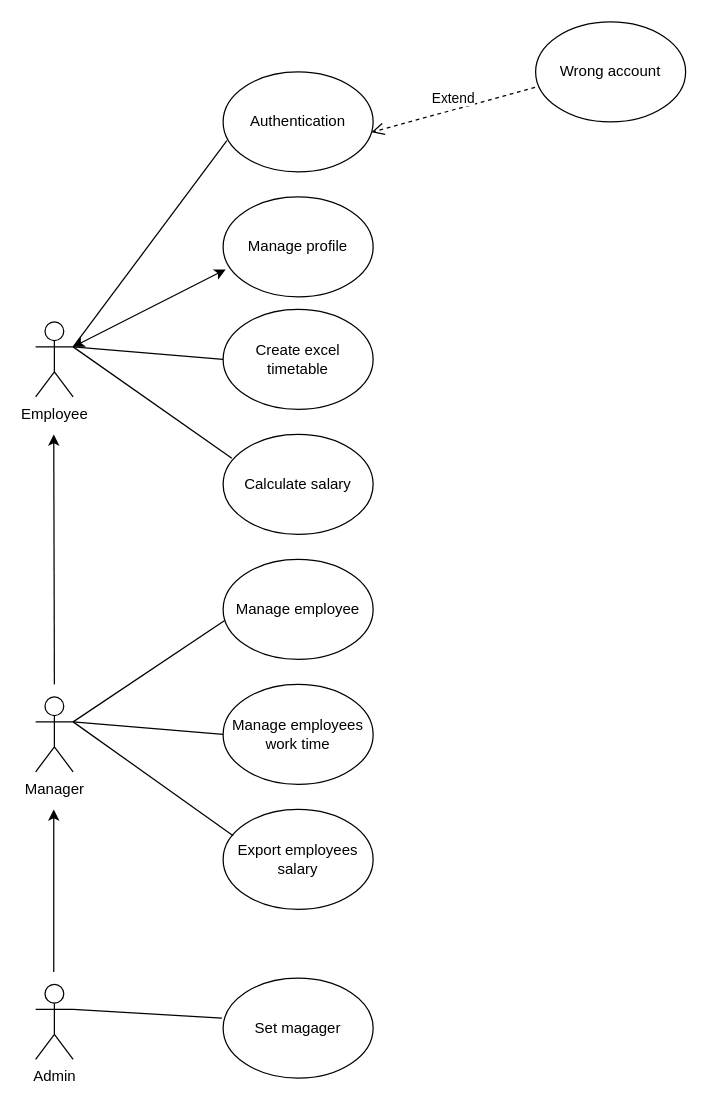
Before: Diagram/Use Case Diagram.drawio in hakunhan/employee_management, a draw.io diagram. Source tidied: cells renumbered, new cells numbered last; positions are measured from the earlier drawing's top-left corner, leaving out a move shared by most shapes. Both pictures are drawn from the tidied source at 125%, with x=0, y=0 at pixel (35, 21).
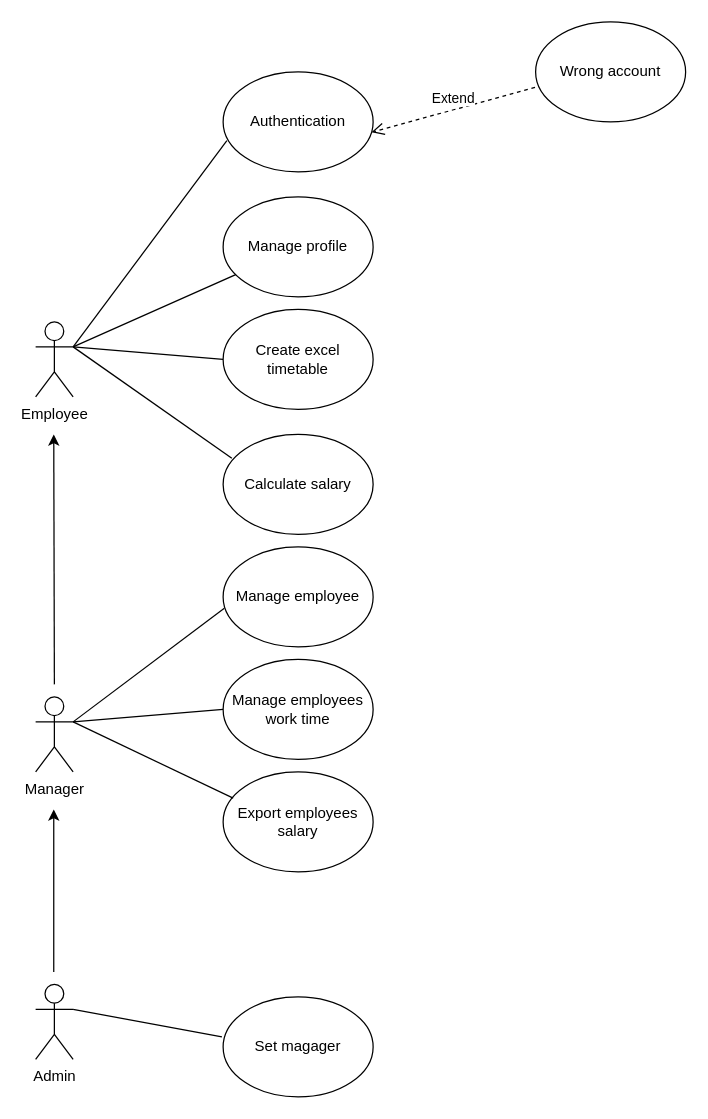
Above is the later version.

Unchanged cells that the change refers to:
```xml
<mxCell id="2" value="Employee" style="shape=umlActor;verticalLabelPosition=bottom;verticalAlign=top;html=1;outlineConnect=0;" parent="1" vertex="1">
  <mxGeometry y="240" width="30" height="60" as="geometry" />
</mxCell>
<mxCell id="23" value="Manage profile" style="ellipse;whiteSpace=wrap;html=1;" parent="1" vertex="1">
  <mxGeometry x="150" y="140" width="120" height="80" as="geometry" />
</mxCell>
```

The edit, as a diff of the source:
```diff
@@
     <mxCell id="9" value="Manage employee" style="ellipse;whiteSpace=wrap;html=1;" parent="1" vertex="1">
-      <mxGeometry x="150" y="430" width="120" height="80" as="geometry" />
+      <mxGeometry x="150" y="420" width="120" height="80" as="geometry" />
     </mxCell>
     <mxCell id="10" value="Manage employees work time" style="ellipse;whiteSpace=wrap;html=1;" parent="1" vertex="1">
-      <mxGeometry x="150" y="530" width="120" height="80" as="geometry" />
+      <mxGeometry x="150" y="510" width="120" height="80" as="geometry" />
     </mxCell>
     <mxCell id="11" value="Export employees salary" style="ellipse;whiteSpace=wrap;html=1;" parent="1" vertex="1">
-      <mxGeometry x="150" y="630" width="120" height="80" as="geometry" />
+      <mxGeometry x="150" y="600" width="120" height="80" as="geometry" />
     </mxCell>
     <mxCell id="12" value="Set magager" style="ellipse;whiteSpace=wrap;html=1;" parent="1" vertex="1">
-      <mxGeometry x="150" y="765" width="120" height="80" as="geometry" />
+      <mxGeometry x="150" y="780" width="120" height="80" as="geometry" />
     </mxCell>
@@
-    <mxCell id="24" style="endArrow=classic;startArrow=classic;html=1;exitX=1;exitY=0.3333333333333333;exitDx=0;exitDy=0;exitPerimeter=0;entryX=0.017;entryY=0.725;entryDx=0;entryDy=0;entryPerimeter=0;" parent="1" edge="1" source="2" target="23">
-      <mxGeometry relative="1" as="geometry" />
-    </mxCell>
+    <mxCell id="25" style="endArrow=none;html=1;" parent="1" edge="1" target="23">
+      <mxGeometry relative="1" as="geometry">
+        <mxPoint x="30" y="260" as="sourcePoint" />
+      </mxGeometry>
+    </mxCell>
```
